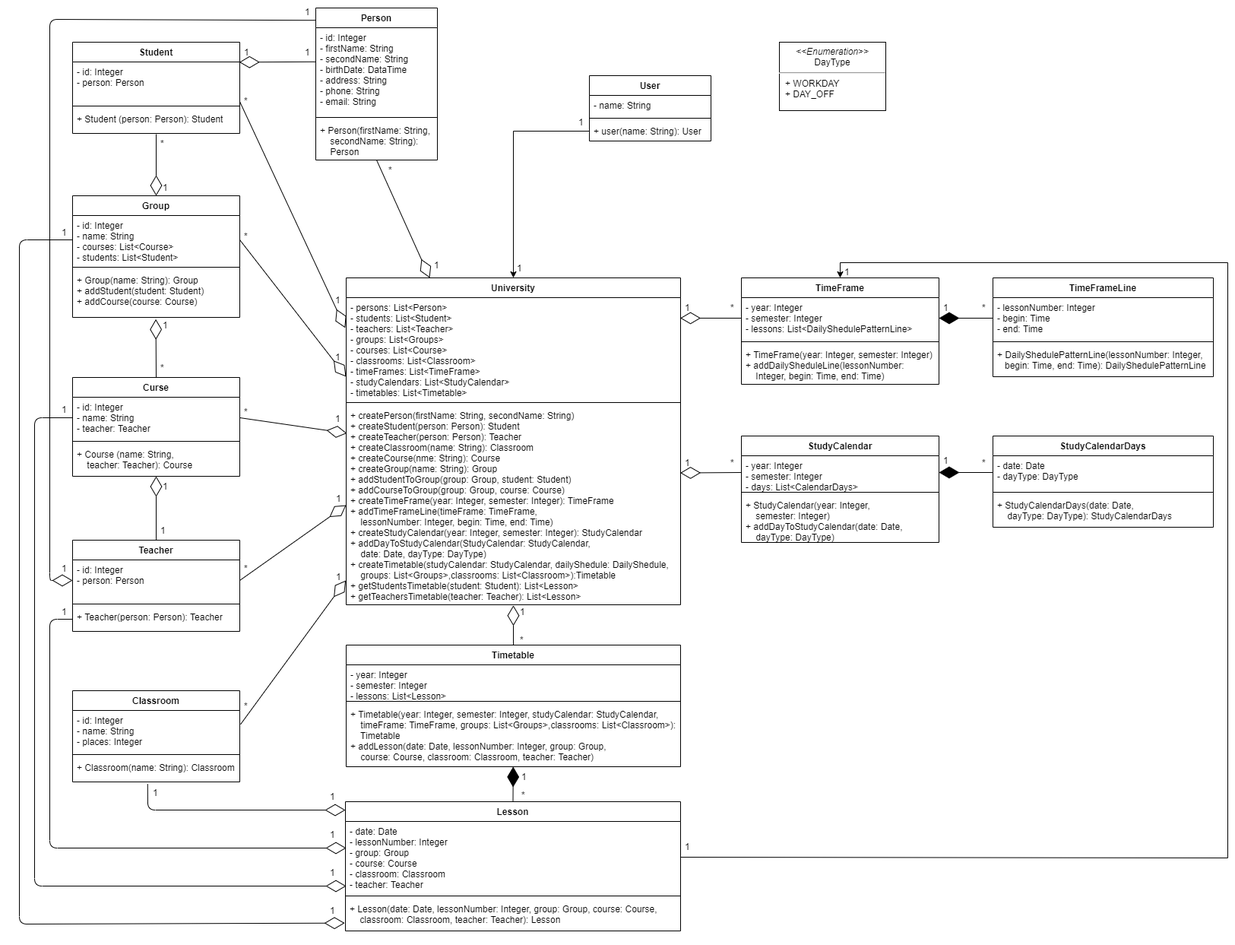
Before: University/src/main/resources/UniversityUML.png, a diagram exported from draw.io (VenedPS/University). Source tidied: cells renumbered, new cells last; positions are measured from the earlier drawing's top-left corner, leaving out a move shared by most shapes.
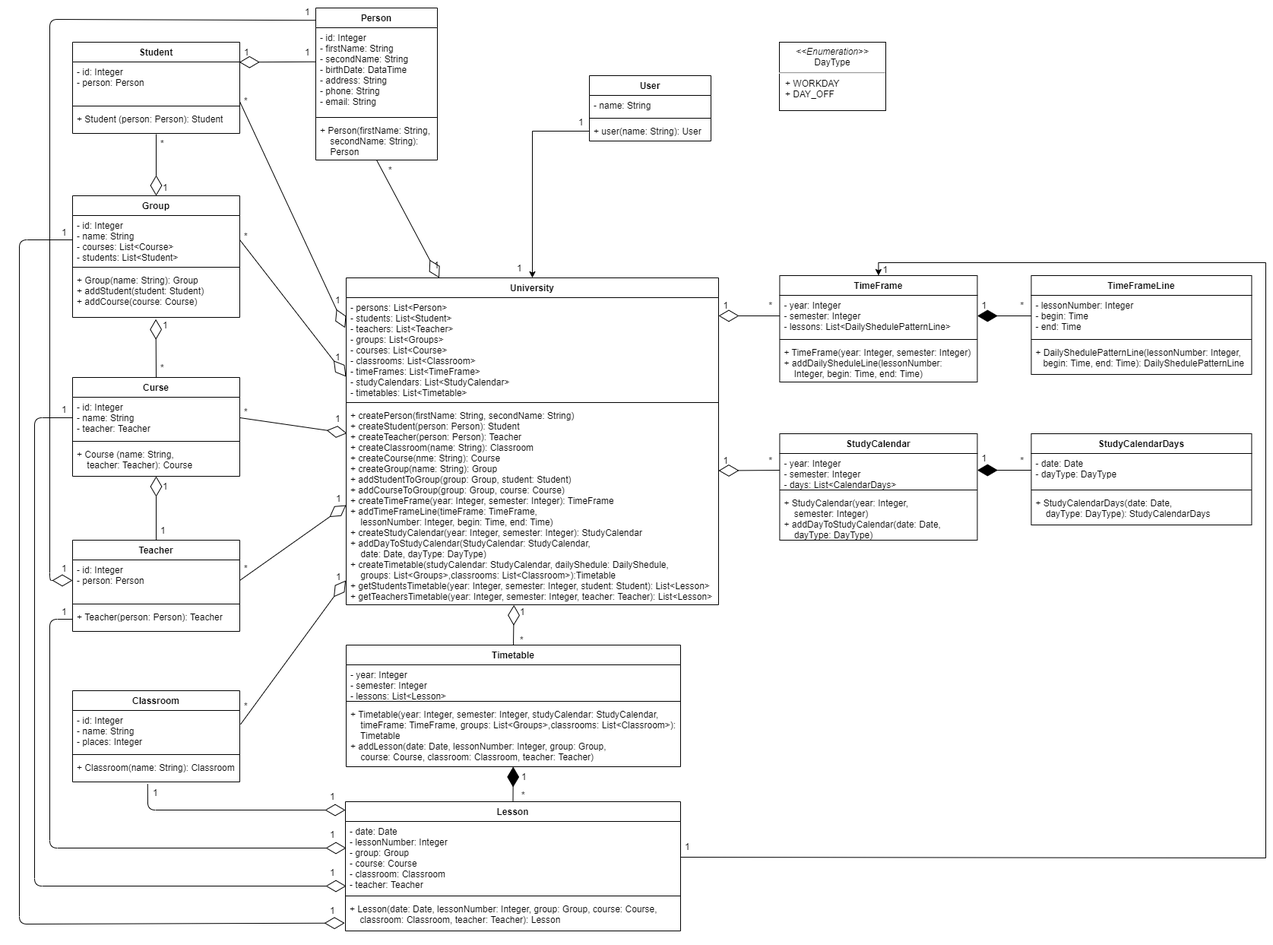
Above is the later version.

Commit message:
fixed arguments of getTimetable methods

Diff of the diagram source:
```diff
@@ -75,7 +75,7 @@
       <mxGeometry y="78" width="440" height="82" as="geometry" />
     </mxCell>
     <mxCell id="26" value="TimeFrame" style="swimlane;fontStyle=1;align=center;verticalAlign=top;horizontal=1;startSize=26;" parent="1" vertex="1">
-      <mxGeometry x="950" y="363" width="260" height="140" as="geometry" />
+      <mxGeometry x="1000.4" y="360" width="260" height="140" as="geometry" />
     </mxCell>
     <mxCell id="27" value="- year: Integer&#10;- semester: Integer&#10;- lessons: List&lt;DailyShedulePatternLine&gt;" style="text;strokeColor=none;fillColor=none;align=left;verticalAlign=top;spacingLeft=4;spacingRight=4;overflow=hidden;points=[[0,0.5],[1,0.5]];portConstraint=eastwest;" parent="26" vertex="1">
       <mxGeometry y="26" width="260" height="54" as="geometry" />
@@ -87,7 +87,7 @@
       <mxGeometry y="88" width="260" height="52" as="geometry" />
     </mxCell>
     <mxCell id="30" value="StudyCalendar" style="swimlane;fontStyle=1;align=center;verticalAlign=top;horizontal=1;startSize=26;" parent="1" vertex="1">
-      <mxGeometry x="950" y="571" width="260" height="140" as="geometry" />
+      <mxGeometry x="1000.4" y="568" width="260" height="140" as="geometry" />
     </mxCell>
     <mxCell id="31" value="- year: Integer&#10;- semester: Integer&#10;- days: List&lt;CalendarDays&gt; " style="text;strokeColor=none;fillColor=none;align=left;verticalAlign=top;spacingLeft=4;spacingRight=4;overflow=hidden;points=[[0,0.5],[1,0.5]];portConstraint=eastwest;" parent="30" vertex="1">
       <mxGeometry y="26" width="260" height="44" as="geometry" />
@@ -99,7 +99,7 @@
       <mxGeometry y="78" width="260" height="62" as="geometry" />
     </mxCell>
     <mxCell id="34" value="TimeFrameLine" style="swimlane;fontStyle=1;align=center;verticalAlign=top;horizontal=1;startSize=26;" parent="1" vertex="1">
-      <mxGeometry x="1281" y="363" width="290" height="130" as="geometry" />
+      <mxGeometry x="1331.4" y="360" width="290" height="130" as="geometry" />
     </mxCell>
     <mxCell id="35" value="- lessonNumber: Integer&#10;- begin: Time&#10;- end: Time" style="text;strokeColor=none;fillColor=none;align=left;verticalAlign=top;spacingLeft=4;spacingRight=4;overflow=hidden;points=[[0,0.5],[1,0.5]];portConstraint=eastwest;" parent="34" vertex="1">
       <mxGeometry y="26" width="290" height="54" as="geometry" />
@@ -111,7 +111,7 @@
       <mxGeometry y="88" width="290" height="42" as="geometry" />
     </mxCell>
     <mxCell id="38" value="StudyCalendarDays" style="swimlane;fontStyle=1;align=center;verticalAlign=top;horizontal=1;startSize=26;" parent="1" vertex="1">
-      <mxGeometry x="1281" y="571" width="290" height="120" as="geometry" />
+      <mxGeometry x="1331.4" y="568" width="290" height="120" as="geometry" />
     </mxCell>
     <mxCell id="39" value="- date: Date&#10;- dayType: DayType" style="text;strokeColor=none;fillColor=none;align=left;verticalAlign=top;spacingLeft=4;spacingRight=4;overflow=hidden;points=[[0,0.5],[1,0.5]];portConstraint=eastwest;" parent="38" vertex="1">
       <mxGeometry y="26" width="290" height="44" as="geometry" />
@@ -149,16 +149,16 @@
       <mxGeometry relative="1" as="geometry" />
     </mxCell>
     <mxCell id="50" value="University" style="swimlane;fontStyle=1;align=center;verticalAlign=top;horizontal=1;startSize=26;" parent="1" vertex="1">
-      <mxGeometry x="430" y="363" width="440" height="430" as="geometry" />
+      <mxGeometry x="430" y="363" width="490" height="430" as="geometry" />
     </mxCell>
     <mxCell id="51" value="- persons: List&lt;Person&gt;&#10;- students: List&lt;Student&gt;&#10;- teachers: List&lt;Teacher&gt;&#10;- groups: List&lt;Groups&gt;&#10;- courses: List&lt;Course&gt;&#10;- classrooms: List&lt;Classroom&gt;&#10;- timeFrames: List&lt;TimeFrame&gt;&#10;- studyCalendars: List&lt;StudyCalendar&gt;&#10;- timetables: List&lt;Timetable&gt;" style="text;strokeColor=none;fillColor=none;align=left;verticalAlign=top;spacingLeft=4;spacingRight=4;overflow=hidden;points=[[0,0.5],[1,0.5]];portConstraint=eastwest;" parent="50" vertex="1">
-      <mxGeometry y="26" width="440" height="134" as="geometry" />
+      <mxGeometry y="26" width="490" height="134" as="geometry" />
     </mxCell>
     <mxCell id="52" style="line;strokeWidth=1;fillColor=none;align=left;verticalAlign=middle;spacingTop=-1;spacingLeft=3;spacingRight=3;labelPosition=right;" parent="50" vertex="1">
-      <mxGeometry y="160" width="440" height="8" as="geometry" />
+      <mxGeometry y="160" width="490" height="8" as="geometry" />
     </mxCell>
-    <mxCell id="53" value="+ createPerson(firstName: String, secondName: String)&#10;+ createStudent(person: Person): Student&#10;+ createTeacher(person: Person): Teacher&#10;+ createClassroom(name: String): Classroom&#10;+ createCourse(nme: String): Course&#10;+ createGroup(name: String): Group&#10;+ addStudentToGroup(group: Group, student: Student)&#10;+ addCourseToGroup(group: Group, course: Course)&#10;+ createTimeFrame(year: Integer, semester: Integer): TimeFrame&#10;+ addTimeFrameLine(timeFrame: TimeFrame, &#10;    lessonNumber: Integer, begin: Time, end: Time)&#10;+ createStudyCalendar(year: Integer, semester: Integer): StudyCalendar&#10;+ addDayToStudyCalendar(StudyCalendar: StudyCalendar, &#10;    date: Date, dayType: DayType)&#10;+ createTimetable(studyCalendar: StudyCalendar, dailyShedule: DailyShedule,&#10;    groups: List&lt;Groups&gt;,classrooms: List&lt;Classroom&gt;):Timetable&#10;+ getStudentsTimetable(student: Student): List&lt;Lesson&gt;&#10;+ getTeachersTimetable(teacher: Teacher): List&lt;Lesson&gt;&#10;" style="text;strokeColor=none;fillColor=none;align=left;verticalAlign=top;spacingLeft=4;spacingRight=4;overflow=hidden;points=[[0,0.5],[1,0.5]];portConstraint=eastwest;" parent="50" vertex="1">
-      <mxGeometry y="168" width="440" height="262" as="geometry" />
+    <mxCell id="53" value="+ createPerson(firstName: String, secondName: String)&#10;+ createStudent(person: Person): Student&#10;+ createTeacher(person: Person): Teacher&#10;+ createClassroom(name: String): Classroom&#10;+ createCourse(nme: String): Course&#10;+ createGroup(name: String): Group&#10;+ addStudentToGroup(group: Group, student: Student)&#10;+ addCourseToGroup(group: Group, course: Course)&#10;+ createTimeFrame(year: Integer, semester: Integer): TimeFrame&#10;+ addTimeFrameLine(timeFrame: TimeFrame, &#10;    lessonNumber: Integer, begin: Time, end: Time)&#10;+ createStudyCalendar(year: Integer, semester: Integer): StudyCalendar&#10;+ addDayToStudyCalendar(StudyCalendar: StudyCalendar, &#10;    date: Date, dayType: DayType)&#10;+ createTimetable(studyCalendar: StudyCalendar, dailyShedule: DailyShedule,&#10;    groups: List&lt;Groups&gt;,classrooms: List&lt;Classroom&gt;):Timetable&#10;+ getStudentsTimetable(year: Integer, semester: Integer, student: Student): List&lt;Lesson&gt;&#10;+ getTeachersTimetable(year: Integer, semester: Integer, teacher: Teacher): List&lt;Lesson&gt;&#10;" style="text;strokeColor=none;fillColor=none;align=left;verticalAlign=top;spacingLeft=4;spacingRight=4;overflow=hidden;points=[[0,0.5],[1,0.5]];portConstraint=eastwest;" parent="50" vertex="1">
+      <mxGeometry y="168" width="490" height="262" as="geometry" />
     </mxCell>
     <mxCell id="54" value="User" style="swimlane;fontStyle=1;align=center;verticalAlign=top;horizontal=1;startSize=26;" parent="1" vertex="1">
       <mxGeometry x="750" y="97" width="160" height="86" as="geometry" />
@@ -180,19 +180,23 @@
     </mxCell>
     <mxCell id="60" style="endArrow=diamondThin;endFill=1;endSize=24;html=1;entryX=1;entryY=0.5;entryDx=0;entryDy=0;exitX=0;exitY=0.5;exitDx=0;exitDy=0;" parent="1" edge="1" source="35">
       <mxGeometry relative="1" as="geometry">
-        <mxPoint x="1210" y="416" as="targetPoint" />
+        <mxPoint x="1260.4" y="413" as="targetPoint" />
       </mxGeometry>
     </mxCell>
     <mxCell id="61" style="endArrow=diamondThin;endFill=1;endSize=24;html=1;entryX=1;entryY=0.5;entryDx=0;entryDy=0;exitX=0;exitY=0.5;exitDx=0;exitDy=0;" parent="1" edge="1" source="39">
       <mxGeometry relative="1" as="geometry">
-        <mxPoint x="1210" y="619" as="targetPoint" />
+        <mxPoint x="1260.4" y="616" as="targetPoint" />
       </mxGeometry>
     </mxCell>
-    <mxCell id="62" style="endArrow=diamondThin;endFill=0;endSize=24;html=1;entryX=0.999;entryY=0.201;entryDx=0;entryDy=0;entryPerimeter=0;exitX=0;exitY=0.5;exitDx=0;exitDy=0;" parent="1" edge="1" source="27" target="51">
-      <mxGeometry relative="1" as="geometry" />
+    <mxCell id="62" style="endArrow=diamondThin;endFill=0;endSize=24;html=1;entryX=0.999;entryY=0.201;entryDx=0;entryDy=0;entryPerimeter=0;exitX=0;exitY=0.5;exitDx=0;exitDy=0;" parent="1" edge="1" source="27">
+      <mxGeometry relative="1" as="geometry">
+        <mxPoint x="920" y="412.9" as="targetPoint" />
+      </mxGeometry>
     </mxCell>
-    <mxCell id="63" style="endArrow=diamondThin;endFill=0;endSize=24;html=1;exitX=0;exitY=0.5;exitDx=0;exitDy=0;entryX=0.999;entryY=0.338;entryDx=0;entryDy=0;entryPerimeter=0;" parent="1" edge="1" source="31" target="53">
-      <mxGeometry relative="1" as="geometry" />
+    <mxCell id="63" style="endArrow=diamondThin;endFill=0;endSize=24;html=1;exitX=0;exitY=0.5;exitDx=0;exitDy=0;entryX=0.999;entryY=0.338;entryDx=0;entryDy=0;entryPerimeter=0;" parent="1" edge="1" source="31">
+      <mxGeometry relative="1" as="geometry">
+        <mxPoint x="920" y="616.6" as="targetPoint" />
+      </mxGeometry>
     </mxCell>
     <mxCell id="64" value="&lt;p style=&quot;margin: 0px ; margin-top: 6px ; text-align: center&quot;&gt;&lt;i&gt;&amp;lt;&amp;lt;Enumeration&amp;gt;&amp;gt;&lt;/i&gt;&lt;br&gt;&lt;span style=&quot;text-align: left&quot;&gt;DayType&lt;/span&gt;&lt;br&gt;&lt;/p&gt;&lt;hr&gt;&lt;p style=&quot;margin: 0px ; margin-left: 8px&quot;&gt;+ WORKDAY&lt;br&gt;+ DAY_OFF&lt;/p&gt;" style="align=left;overflow=fill;html=1;" parent="1" vertex="1">
       <mxGeometry x="1000" y="53" width="140" height="90" as="geometry" />
@@ -200,7 +204,7 @@
     <mxCell id="65" style="edgeStyle=orthogonalEdgeStyle;rounded=0;jettySize=auto;html=1;exitX=0;exitY=0.5;exitDx=0;exitDy=0;" parent="1" edge="1" source="57" target="50">
       <mxGeometry relative="1" as="geometry" />
     </mxCell>
-    <mxCell id="66" style="endArrow=diamondThin;endFill=0;endSize=24;html=1;exitX=0.5;exitY=0;exitDx=0;exitDy=0;entryX=0.5;entryY=1.003;entryDx=0;entryDy=0;entryPerimeter=0;" parent="1" edge="1" source="22" target="53">
+    <mxCell id="66" style="endArrow=diamondThin;endFill=0;endSize=24;html=1;exitX=0.5;exitY=0;exitDx=0;exitDy=0;entryX=-0.112;entryY=0.167;entryDx=0;entryDy=0;entryPerimeter=0;" parent="1" edge="1" source="22" target="74">
       <mxGeometry relative="1" as="geometry" />
     </mxCell>
     <mxCell id="67" style="endArrow=diamondThin;endFill=0;endSize=24;html=1;exitX=0.5;exitY=0;exitDx=0;exitDy=0;entryX=0.5;entryY=1;entryDx=0;entryDy=0;" parent="1" edge="1" source="6" target="14">
@@ -233,10 +237,10 @@
       <mxGeometry x="655" y="1006" width="20" height="26" as="geometry" />
     </mxCell>
     <mxCell id="76" value="1" style="text;strokeColor=none;fillColor=none;align=left;verticalAlign=top;spacingLeft=4;spacingRight=4;overflow=hidden;" parent="1" vertex="1">
-      <mxGeometry x="870" y="593" width="20" height="26" as="geometry" />
+      <mxGeometry x="920.4" y="590" width="20" height="26" as="geometry" />
     </mxCell>
     <mxCell id="77" value="1" style="text;strokeColor=none;fillColor=none;align=left;verticalAlign=top;spacingLeft=4;spacingRight=4;overflow=hidden;" parent="1" vertex="1">
-      <mxGeometry x="870" y="389" width="20" height="26" as="geometry" />
+      <mxGeometry x="920.4" y="386" width="20" height="26" as="geometry" />
     </mxCell>
     <mxCell id="78" value="1" style="text;strokeColor=none;fillColor=none;align=left;verticalAlign=top;spacingLeft=4;spacingRight=4;overflow=hidden;" parent="1" vertex="1">
       <mxGeometry x="411" y="743" width="20" height="26" as="geometry" />
@@ -257,10 +261,10 @@
       <mxGeometry x="183" y="624" width="20" height="26" as="geometry" />
     </mxCell>
     <mxCell id="84" value="1" style="text;strokeColor=none;fillColor=none;align=left;verticalAlign=top;spacingLeft=4;spacingRight=4;overflow=hidden;" parent="1" vertex="1">
-      <mxGeometry x="1210" y="389" width="20" height="26" as="geometry" />
+      <mxGeometry x="1260.4" y="386" width="20" height="26" as="geometry" />
     </mxCell>
     <mxCell id="85" value="1" style="text;strokeColor=none;fillColor=none;align=left;verticalAlign=top;spacingLeft=4;spacingRight=4;overflow=hidden;" parent="1" vertex="1">
-      <mxGeometry x="1210" y="590" width="20" height="26" as="geometry" />
+      <mxGeometry x="1260.4" y="587" width="20" height="26" as="geometry" />
     </mxCell>
     <mxCell id="86" value="*" style="text;strokeColor=none;fillColor=none;align=left;verticalAlign=top;spacingLeft=4;spacingRight=4;overflow=hidden;" parent="1" vertex="1">
       <mxGeometry x="290" y="117" width="20" height="26" as="geometry" />
@@ -284,16 +288,16 @@
       <mxGeometry x="655" y="1030" width="20" height="26" as="geometry" />
     </mxCell>
     <mxCell id="93" value="*" style="text;strokeColor=none;fillColor=none;align=left;verticalAlign=top;spacingLeft=4;spacingRight=4;overflow=hidden;" parent="1" vertex="1">
-      <mxGeometry x="930" y="593" width="20" height="26" as="geometry" />
+      <mxGeometry x="980.4" y="590" width="20" height="26" as="geometry" />
     </mxCell>
     <mxCell id="94" value="*" style="text;strokeColor=none;fillColor=none;align=left;verticalAlign=top;spacingLeft=4;spacingRight=4;overflow=hidden;" parent="1" vertex="1">
-      <mxGeometry x="930" y="389" width="20" height="26" as="geometry" />
+      <mxGeometry x="980.4" y="386" width="20" height="26" as="geometry" />
     </mxCell>
     <mxCell id="95" value="*" style="text;strokeColor=none;fillColor=none;align=left;verticalAlign=top;spacingLeft=4;spacingRight=4;overflow=hidden;" parent="1" vertex="1">
-      <mxGeometry x="1261" y="389" width="20" height="26" as="geometry" />
+      <mxGeometry x="1311.4" y="386" width="20" height="26" as="geometry" />
     </mxCell>
     <mxCell id="96" value="*" style="text;strokeColor=none;fillColor=none;align=left;verticalAlign=top;spacingLeft=4;spacingRight=4;overflow=hidden;" parent="1" vertex="1">
-      <mxGeometry x="1261" y="593" width="20" height="26" as="geometry" />
+      <mxGeometry x="1311.4" y="590" width="20" height="26" as="geometry" />
     </mxCell>
     <mxCell id="97" value="*" style="text;strokeColor=none;fillColor=none;align=left;verticalAlign=top;spacingLeft=4;spacingRight=4;overflow=hidden;" parent="1" vertex="1">
       <mxGeometry x="290" y="295" width="20" height="26" as="geometry" />
@@ -408,7 +412,7 @@
       <mxGeometry x="50" y="290" width="20" height="26" as="geometry" />
     </mxCell>
     <mxCell id="125" value="1" style="text;strokeColor=none;fillColor=none;align=left;verticalAlign=top;spacingLeft=4;spacingRight=4;overflow=hidden;" parent="1" vertex="1">
-      <mxGeometry x="1080" y="342" width="20" height="26" as="geometry" />
+      <mxGeometry x="1130.4" y="339" width="20" height="26" as="geometry" />
     </mxCell>
     <mxCell id="126" value="1" style="text;strokeColor=none;fillColor=none;align=left;verticalAlign=top;spacingLeft=4;spacingRight=4;overflow=hidden;" parent="1" vertex="1">
       <mxGeometry x="870" y="1098" width="20" height="26" as="geometry" />
@@ -416,9 +420,9 @@
     <mxCell id="127" style="edgeStyle=orthogonalEdgeStyle;rounded=0;jettySize=auto;html=1;exitX=1;exitY=0.5;exitDx=0;exitDy=0;entryX=0.5;entryY=0;entryDx=0;entryDy=0;" parent="1" edge="1" source="43" target="26">
       <mxGeometry relative="1" as="geometry">
         <Array as="points">
-          <mxPoint x="1590" y="1126" />
-          <mxPoint x="1590" y="343" />
-          <mxPoint x="1080" y="343" />
+          <mxPoint x="1640" y="1126" />
+          <mxPoint x="1640" y="343" />
+          <mxPoint x="1130" y="343" />
         </Array>
       </mxGeometry>
     </mxCell>
```
